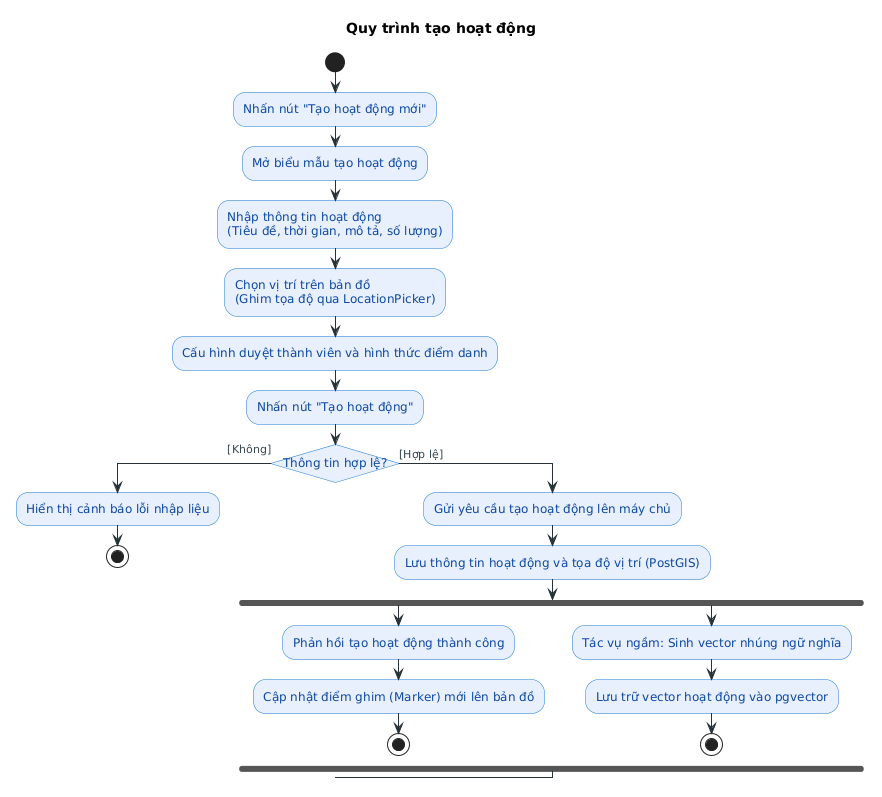
Above: bao-cao/Images/activity-create-activity.png in davenguyen-learn/uniconnect (PlantUML), before the change.
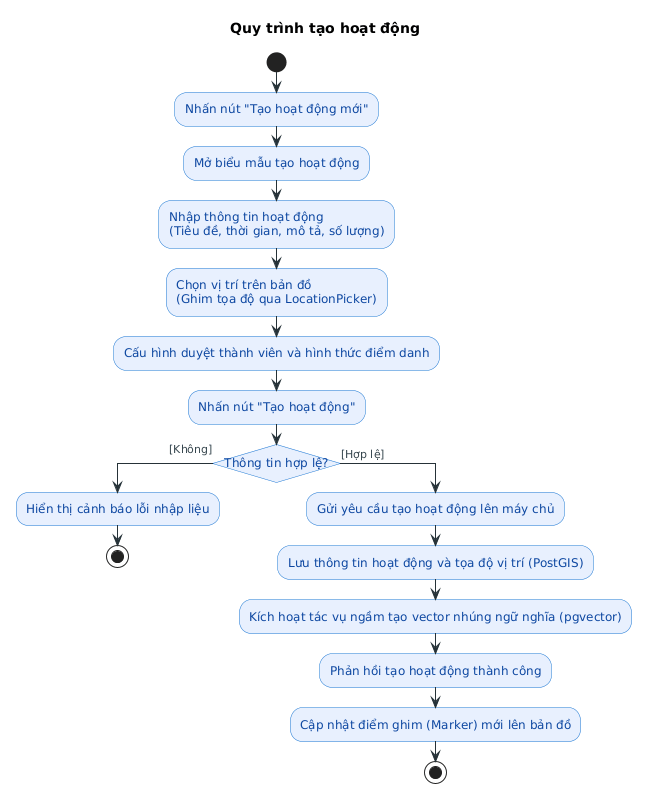
After the change.

Commit message:
fix(diagram): remove fork bars and streamline activity creation flow

The edit, as a diff of the source:
```diff
@@ -36,15 +36,9 @@
 else ([Hợp lệ])
   :Gửi yêu cầu tạo hoạt động lên máy chủ;
   :Lưu thông tin hoạt động và tọa độ vị trí (PostGIS);
-
-  fork
-    :Phản hồi tạo hoạt động thành công;
-    :Cập nhật điểm ghim (Marker) mới lên bản đồ;
-    stop
-  fork again
-    :Tác vụ ngầm: Sinh vector nhúng ngữ nghĩa;
-    :Lưu trữ vector hoạt động vào pgvector;
-    stop
-  end fork
+  :Kích hoạt tác vụ ngầm tạo vector nhúng ngữ nghĩa (pgvector);
+  :Phản hồi tạo hoạt động thành công;
+  :Cập nhật điểm ghim (Marker) mới lên bản đồ;
+  stop
 endif
 @enduml
```
